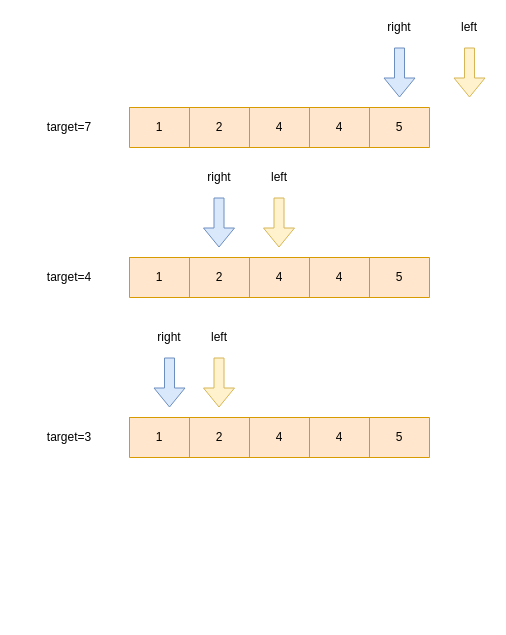
Earlier version of the draw.io diagram algorithm/二分模版.drawio (erlieStar/diagrams). Source tidied: cells renumbered, new cells numbered last; positions are measured from the earlier drawing's top-left corner, leaving out a move shared by most shapes. Both pictures are drawn from the tidied source at 100%, with x=0, y=0 at pixel (49, 17).
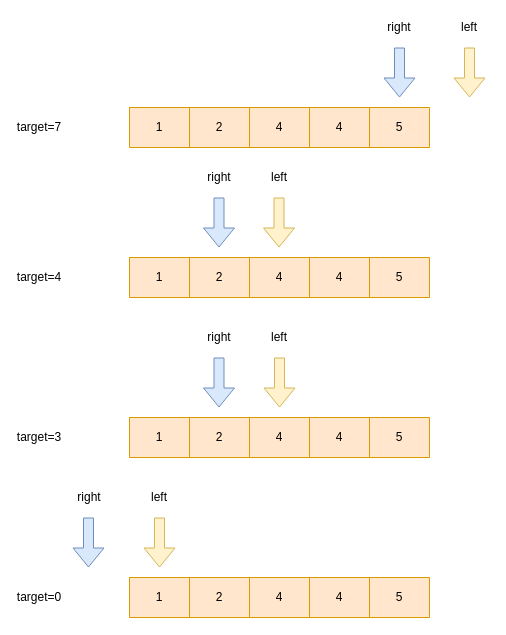
The same diagram, later.

Change to the diagram source:
```diff
@@
     <mxCell id="13" value="target=7" style="text;html=1;strokeColor=none;fillColor=none;align=center;verticalAlign=middle;whiteSpace=wrap;rounded=0;" parent="1" vertex="1">
-      <mxGeometry y="100" width="40" height="20" as="geometry" />
+      <mxGeometry x="-30" y="100" width="40" height="20" as="geometry" />
     </mxCell>
@@
     <mxCell id="25" value="target=4" style="text;html=1;strokeColor=none;fillColor=none;align=center;verticalAlign=middle;whiteSpace=wrap;rounded=0;" parent="1" vertex="1">
-      <mxGeometry y="250" width="40" height="20" as="geometry" />
+      <mxGeometry x="-30" y="250" width="40" height="20" as="geometry" />
     </mxCell>
@@
     <mxCell id="33" style="shape=flexArrow;endArrow=classic;html=1;fillColor=#dae8fc;strokeColor=#6c8ebf;" parent="1" edge="1">
       <mxGeometry relative="1" as="geometry">
-        <mxPoint x="120" y="340" as="sourcePoint" />
-        <mxPoint x="120" y="390" as="targetPoint" />
+        <mxPoint x="169.5" y="340" as="sourcePoint" />
+        <mxPoint x="169.5" y="390" as="targetPoint" />
       </mxGeometry>
     </mxCell>
     <mxCell id="34" style="shape=flexArrow;endArrow=classic;html=1;fillColor=#fff2cc;strokeColor=#d6b656;" parent="1" edge="1">
       <mxGeometry relative="1" as="geometry">
-        <mxPoint x="169.5" y="340" as="sourcePoint" />
-        <mxPoint x="169.5" y="390" as="targetPoint" />
+        <mxPoint x="230" y="340" as="sourcePoint" />
+        <mxPoint x="230" y="390" as="targetPoint" />
       </mxGeometry>
     </mxCell>
     <mxCell id="35" value="right" style="text;html=1;strokeColor=none;fillColor=none;align=center;verticalAlign=middle;whiteSpace=wrap;rounded=0;" parent="1" vertex="1">
-      <mxGeometry x="100" y="310" width="40" height="20" as="geometry" />
+      <mxGeometry x="150" y="310" width="40" height="20" as="geometry" />
     </mxCell>
     <mxCell id="36" value="left" style="text;html=1;strokeColor=none;fillColor=none;align=center;verticalAlign=middle;whiteSpace=wrap;rounded=0;" parent="1" vertex="1">
-      <mxGeometry x="150" y="310" width="40" height="20" as="geometry" />
+      <mxGeometry x="210" y="310" width="40" height="20" as="geometry" />
     </mxCell>
     <mxCell id="37" value="target=3" style="text;html=1;strokeColor=none;fillColor=none;align=center;verticalAlign=middle;whiteSpace=wrap;rounded=0;" parent="1" vertex="1">
-      <mxGeometry y="410" width="40" height="20" as="geometry" />
+      <mxGeometry x="-30" y="410" width="40" height="20" as="geometry" />
     </mxCell>
+    <mxCell id="38" style="shape=table;html=1;whiteSpace=wrap;startSize=0;childLayout=tableLayout;fillColor=#ffe6cc;strokeColor=#d79b00;" parent="1" vertex="1">
+      <mxGeometry x="80" y="560" width="300" height="40" as="geometry" />
+    </mxCell>
+    <mxCell id="39" style="shape=partialRectangle;html=1;whiteSpace=wrap;fillColor=none;top=0;left=0;bottom=0;right=0;" parent="38" vertex="1">
+      <mxGeometry width="300" height="40" as="geometry" />
+    </mxCell>
+    <mxCell id="40" value="1" style="shape=partialRectangle;html=1;whiteSpace=wrap;fillColor=none;top=0;left=0;bottom=0;right=0;overflow=hidden;" parent="39" vertex="1">
+      <mxGeometry width="60" height="40" as="geometry" />
+    </mxCell>
+    <mxCell id="41" value="2" style="shape=partialRectangle;html=1;whiteSpace=wrap;fillColor=none;top=0;left=0;bottom=0;right=0;overflow=hidden;" parent="39" vertex="1">
+      <mxGeometry x="60" width="60" height="40" as="geometry" />
+    </mxCell>
+    <mxCell id="42" value="4" style="shape=partialRectangle;html=1;whiteSpace=wrap;fillColor=none;top=0;left=0;bottom=0;right=0;overflow=hidden;" parent="39" vertex="1">
+      <mxGeometry x="120" width="60" height="40" as="geometry" />
+    </mxCell>
+    <mxCell id="43" value="4" style="shape=partialRectangle;html=1;whiteSpace=wrap;fillColor=none;top=0;left=0;bottom=0;right=0;overflow=hidden;" parent="39" vertex="1">
+      <mxGeometry x="180" width="60" height="40" as="geometry" />
+    </mxCell>
+    <mxCell id="44" value="5" style="shape=partialRectangle;html=1;whiteSpace=wrap;fillColor=none;top=0;left=0;bottom=0;right=0;overflow=hidden;" parent="39" vertex="1">
+      <mxGeometry x="240" width="60" height="40" as="geometry" />
+    </mxCell>
+    <mxCell id="45" style="shape=flexArrow;endArrow=classic;html=1;fillColor=#dae8fc;strokeColor=#6c8ebf;" parent="1" edge="1">
+      <mxGeometry relative="1" as="geometry">
+        <mxPoint x="39" y="500" as="sourcePoint" />
+        <mxPoint x="39" y="550" as="targetPoint" />
+      </mxGeometry>
+    </mxCell>
+    <mxCell id="46" style="shape=flexArrow;endArrow=classic;html=1;fillColor=#fff2cc;strokeColor=#d6b656;" parent="1" edge="1">
+      <mxGeometry relative="1" as="geometry">
+        <mxPoint x="110" y="500" as="sourcePoint" />
+        <mxPoint x="110" y="550" as="targetPoint" />
+      </mxGeometry>
+    </mxCell>
+    <mxCell id="47" value="right" style="text;html=1;strokeColor=none;fillColor=none;align=center;verticalAlign=middle;whiteSpace=wrap;rounded=0;" parent="1" vertex="1">
+      <mxGeometry x="20" y="470" width="40" height="20" as="geometry" />
+    </mxCell>
+    <mxCell id="48" value="left" style="text;html=1;strokeColor=none;fillColor=none;align=center;verticalAlign=middle;whiteSpace=wrap;rounded=0;" parent="1" vertex="1">
+      <mxGeometry x="90" y="470" width="40" height="20" as="geometry" />
+    </mxCell>
+    <mxCell id="49" value="target=0" style="text;html=1;strokeColor=none;fillColor=none;align=center;verticalAlign=middle;whiteSpace=wrap;rounded=0;" parent="1" vertex="1">
+      <mxGeometry x="-30" y="570" width="40" height="20" as="geometry" />
+    </mxCell>
```
